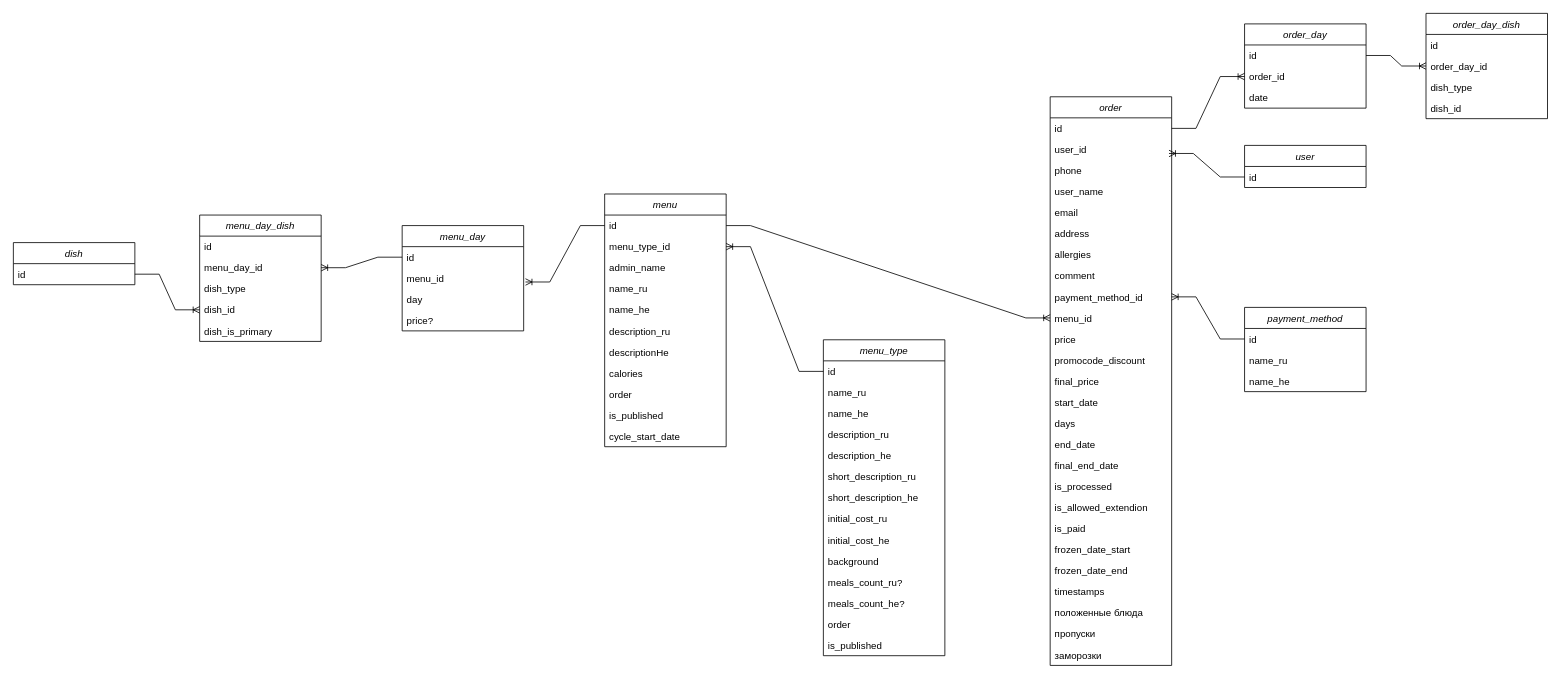
This is er.drawio from xw1nchester/muscle-feed-backend, a draw.io file, before an edit. Source tidied: cells renumbered, new cells numbered last; positions are measured from the earlier drawing's top-left corner, leaving out a move shared by most shapes. Both pictures are drawn from the tidied source at 81%, with x=0, y=0 at pixel (13, 13).
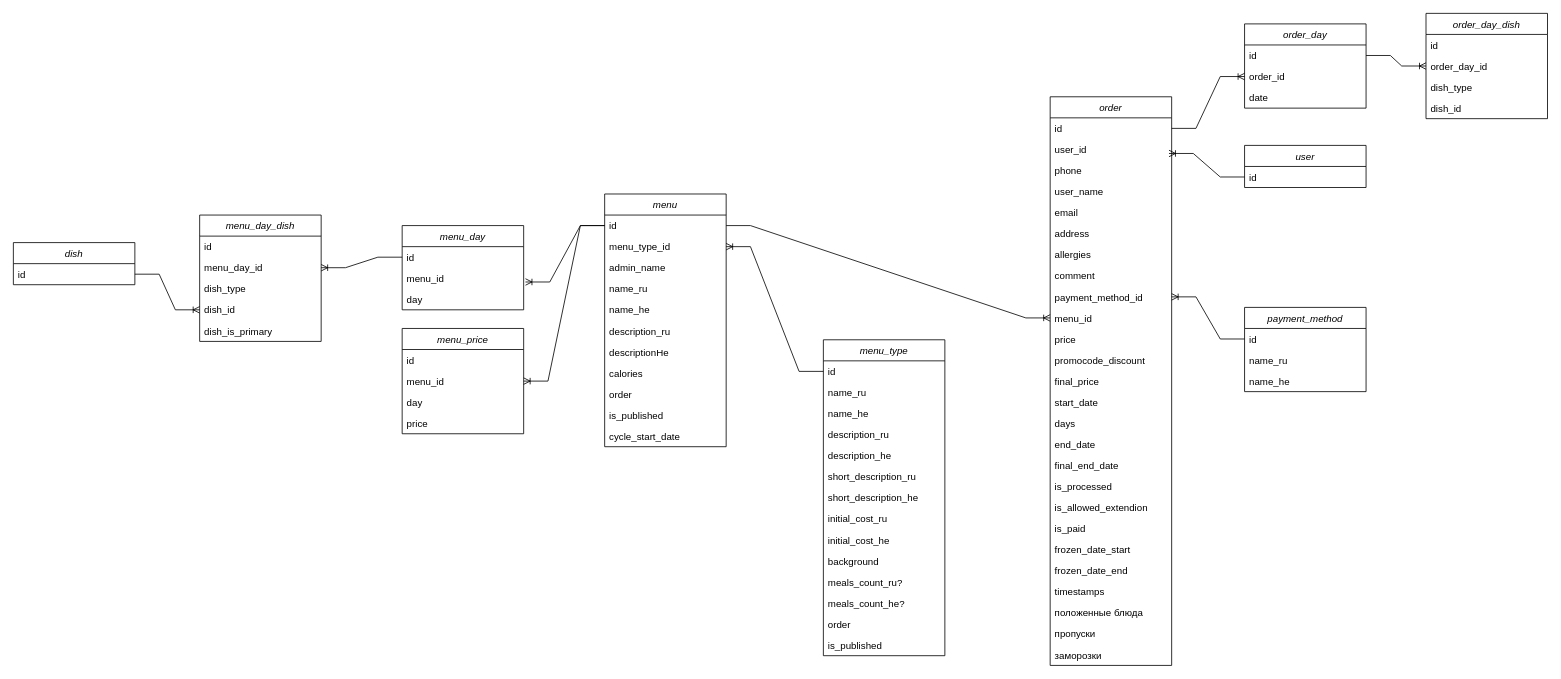
Above is the later version.

Unchanged cells that the change refers to:
```xml
<mxCell id="5" value="id" style="text;align=left;verticalAlign=top;spacingLeft=4;spacingRight=4;overflow=hidden;points=[[0,0.5],[1,0.5]];portConstraint=eastwest;" parent="4" vertex="1">
  <mxGeometry y="26" width="150" height="26" as="geometry" />
</mxCell>
```

What changed in the source:
```diff
@@
     <mxCell id="16" value="menu_day" style="swimlane;fontStyle=2;align=center;verticalAlign=top;horizontal=1;startSize=26;rounded=0;shadow=0;strokeWidth=1;" parent="1" vertex="1">
-      <mxGeometry x="480" y="262" width="150" height="130" as="geometry" />
+      <mxGeometry x="480" y="262" width="150" height="104" as="geometry" />
     </mxCell>
@@
-    <mxCell id="20" value="price?" style="text;align=left;verticalAlign=top;spacingLeft=4;spacingRight=4;overflow=hidden;" parent="16" vertex="1">
-      <mxGeometry y="104" width="150" height="26" as="geometry" />
-    </mxCell>
@@
+    <mxCell id="93" value="menu_price" style="swimlane;fontStyle=2;align=center;verticalAlign=top;horizontal=1;startSize=26;rounded=0;shadow=0;strokeWidth=1;" parent="1" vertex="1">
+      <mxGeometry x="480" y="389" width="150" height="130" as="geometry" />
+    </mxCell>
+    <mxCell id="94" value="id" style="text;align=left;verticalAlign=top;spacingLeft=4;spacingRight=4;overflow=hidden;" parent="93" vertex="1">
+      <mxGeometry y="26" width="150" height="26" as="geometry" />
+    </mxCell>
+    <mxCell id="95" value="menu_id" style="text;align=left;verticalAlign=top;spacingLeft=4;spacingRight=4;overflow=hidden;points=[[0,0.5],[1,0.5]];portConstraint=eastwest;" parent="93" vertex="1">
+      <mxGeometry y="52" width="150" height="26" as="geometry" />
+    </mxCell>
+    <mxCell id="96" value="day" style="text;align=left;verticalAlign=top;spacingLeft=4;spacingRight=4;overflow=hidden;" parent="93" vertex="1">
+      <mxGeometry y="78" width="150" height="26" as="geometry" />
+    </mxCell>
+    <mxCell id="97" value="price" style="text;align=left;verticalAlign=top;spacingLeft=4;spacingRight=4;overflow=hidden;" parent="93" vertex="1">
+      <mxGeometry y="104" width="150" height="26" as="geometry" />
+    </mxCell>
+    <mxCell id="98" style="edgeStyle=entityRelationEdgeStyle;fontSize=12;html=1;endArrow=ERoneToMany;rounded=0;entryX=1;entryY=0.5;entryDx=0;entryDy=0;exitX=0;exitY=0.5;exitDx=0;exitDy=0;" parent="1" edge="1" source="5" target="95">
+      <mxGeometry relative="1" as="geometry" />
+    </mxCell>
```
